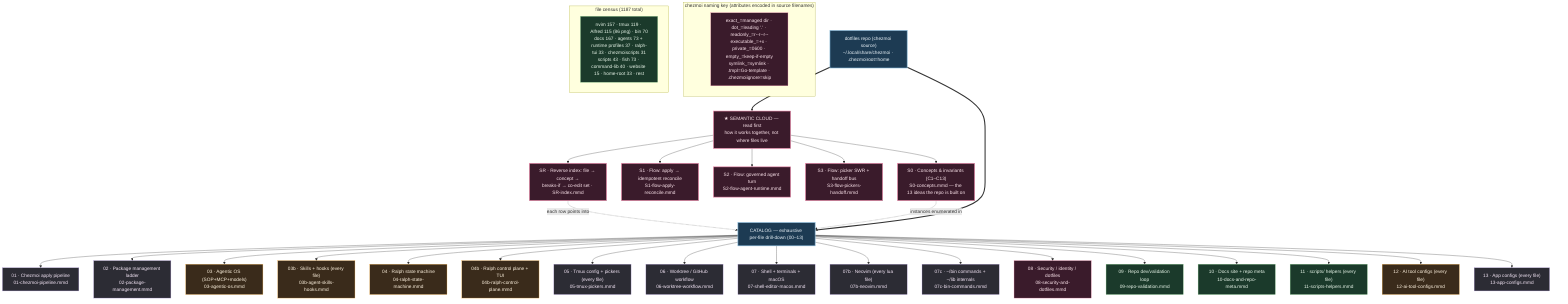
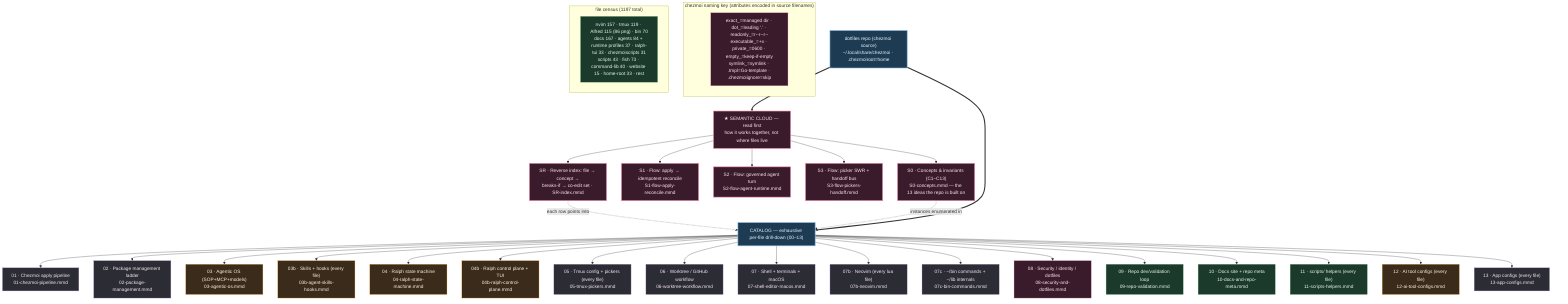
%% ============================================================================
%% 00-overview.mmd — Master navigation map for kapral18/dotfiles
%% TWO LAYERS:
%%   SEMANTIC CLOUD (read first) — how the system THINKS: concepts+invariants
%%     (S0), cross-cutting flows (S1/S2/S3), and a reverse index (SR) that maps
%%     any file to its concept, blast radius, and co-edit set.
%%   CATALOG (drill-down) — how the system is LAID OUT: 00-13 enumerate every
- %%     one of the 1187 tracked files by exact chezmoi source path.
+ %%     one of the 1197 tracked files by exact chezmoi source path.
%% `home/` is chezmoi source deployed to $HOME; scripts/tools/website/docs are
%% repo-side (NOT deployed). Each node → a deeper .mmd.
%% ============================================================================
graph TD
    classDef entry fill:#1d3b53,stroke:#7fb3d5,color:#eaf2f8,stroke-width:2px;
    classDef sys fill:#2c2c34,stroke:#b39ddb,color:#f3e5f5;
    classDef ai fill:#3a2b1b,stroke:#ffb74d,color:#fff3e0;
    classDef repo fill:#1b3a2b,stroke:#81c784,color:#e8f5e9;
    classDef data fill:#3a1b2b,stroke:#f48fb1,color:#fce4ec;
    classDef sem fill:#3a1b2b,stroke:#f48fb1,color:#fce4ec,stroke-width:2px;

    ROOT["dotfiles repo (chezmoi source)<br/>~/.local/share/chezmoi · .chezmoiroot=home"]:::entry

    %% ---- SEMANTIC LAYER (read before the catalog) --------------------------
    ROOT ==> SEMHEAD["★ SEMANTIC CLOUD — read first<br/>how it works together, not where files live"]:::sem
    SEMHEAD --> S0["S0 · Concepts & invariants (C1–C13)<br/>S0-concepts.mmd — the 13 ideas the repo is built on"]:::sem
    SEMHEAD --> S1["S1 · Flow: apply → idempotent reconcile<br/>S1-flow-apply-reconcile.mmd"]:::sem
    SEMHEAD --> S2["S2 · Flow: governed agent turn<br/>S2-flow-agent-runtime.mmd"]:::sem
    SEMHEAD --> S3["S3 · Flow: picker SWR + handoff bus<br/>S3-flow-pickers-handoff.mmd"]:::sem
    SEMHEAD --> SR["SR · Reverse index: file → concept →<br/>breaks-if → co-edit set · SR-index.mmd"]:::sem
    SR -. "each row points into" .-> CATHEAD
    S0 -. "instances enumerated in" .-> CATHEAD

    %% ---- CATALOG LAYER (exhaustive per-file drill-down) --------------------
    ROOT ==> CATHEAD["CATALOG — exhaustive per-file drill-down (00–13)"]:::entry

    CATHEAD --> CZ["01 · Chezmoi apply pipeline<br/>01-chezmoi-pipeline.mmd"]:::sys
    CATHEAD --> PKG["02 · Package management ladder<br/>02-package-management.mmd"]:::sys
    CATHEAD --> AIOS["03 · Agentic OS (SOP+MCP+models)<br/>03-agentic-os.mmd"]:::ai
    CATHEAD --> SKILLS["03b · Skills + hooks (every file)<br/>03b-agent-skills-hooks.mmd"]:::ai
    CATHEAD --> RALPH["04 · Ralph state machine<br/>04-ralph-state-machine.mmd"]:::ai
    CATHEAD --> RALPHCP["04b · Ralph control plane + TUI<br/>04b-ralph-control-plane.mmd"]:::ai
    CATHEAD --> TMUX["05 · Tmux config + pickers (every file)<br/>05-tmux-pickers.mmd"]:::sys
    CATHEAD --> WT["06 · Worktree / GitHub workflow<br/>06-worktree-workflow.mmd"]:::sys
    CATHEAD --> SEM["07 · Shell + terminals + macOS<br/>07-shell-editor-macos.mmd"]:::sys
    CATHEAD --> NVIM["07b · Neovim (every lua file)<br/>07b-neovim.mmd"]:::sys
    CATHEAD --> BIN["07c · ~/bin commands + ~/lib internals<br/>07c-bin-commands.mmd"]:::sys
    CATHEAD --> SEC["08 · Security / identity / dotfiles<br/>08-security-and-dotfiles.mmd"]:::data
    CATHEAD --> VAL["09 · Repo dev/validation loop<br/>09-repo-validation.mmd"]:::repo
    CATHEAD --> DOCS["10 · Docs site + repo meta<br/>10-docs-and-repo-meta.mmd"]:::repo
    CATHEAD --> SCRIPTS["11 · scripts/ helpers (every file)<br/>11-scripts-helpers.mmd"]:::repo
    CATHEAD --> AICFG["12 · AI tool configs (every file)<br/>12-ai-tool-configs.mmd"]:::ai
    CATHEAD --> APPS["13 · App configs (every file)<br/>13-app-configs.mmd"]:::sys

    subgraph KEY["chezmoi naming key (attributes encoded in source filenames)"]
        K1["exact_=managed dir · dot_=leading '.' · readonly_=r--r--r--<br/>executable_=+x · private_=0600 · empty_=keep-if-empty<br/>symlink_=symlink · .tmpl=Go-template · .chezmoiignore=skip"]:::data
    end

-     subgraph COUNTS["file census (1187 total)"]
-         C1["nvim 157 · tmux 119 · Alfred 115 (86 png) · bin 70<br/>docs 167 · agents 73 + runtime profiles 37 · ralph-tui 33 · chezmoiscripts 31<br/>scripts 43 · fish 73 · command-lib 40 · website 15 · home-root 33 · rest"]:::repo
+     subgraph COUNTS["file census (1197 total)"]
+         C1["nvim 157 · tmux 119 · Alfred 115 (86 png) · bin 70<br/>docs 167 · agents 84 + runtime profiles 37 · ralph-tui 33 · chezmoiscripts 31<br/>scripts 43 · fish 73 · command-lib 40 · website 15 · home-root 33 · rest"]:::repo
    end
